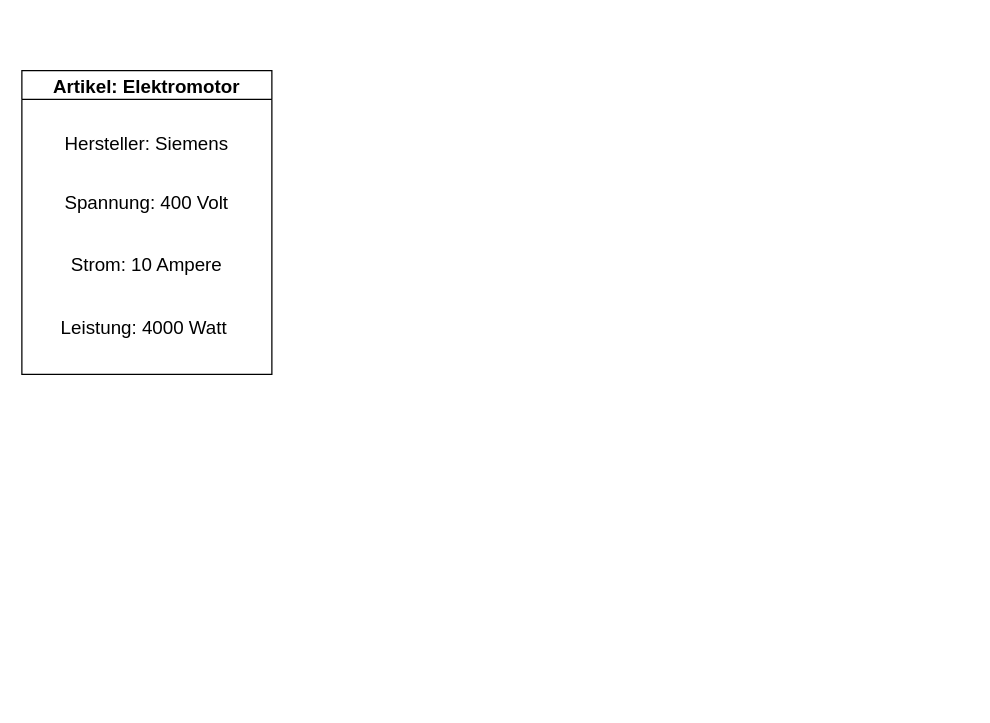
Above: 03_abbildungen/02_schemas/drawio/Beispielartikel_Motor.drawio in AndreasAlstetter/Bachelorarbeit (draw.io), before the change. Source tidied: cells renumbered, new cells numbered last; positions are measured from the earlier drawing's top-left corner, leaving out a move shared by most shapes. Both pictures are drawn from the tidied source at 125%, with x=0, y=0 at pixel (21, 70).
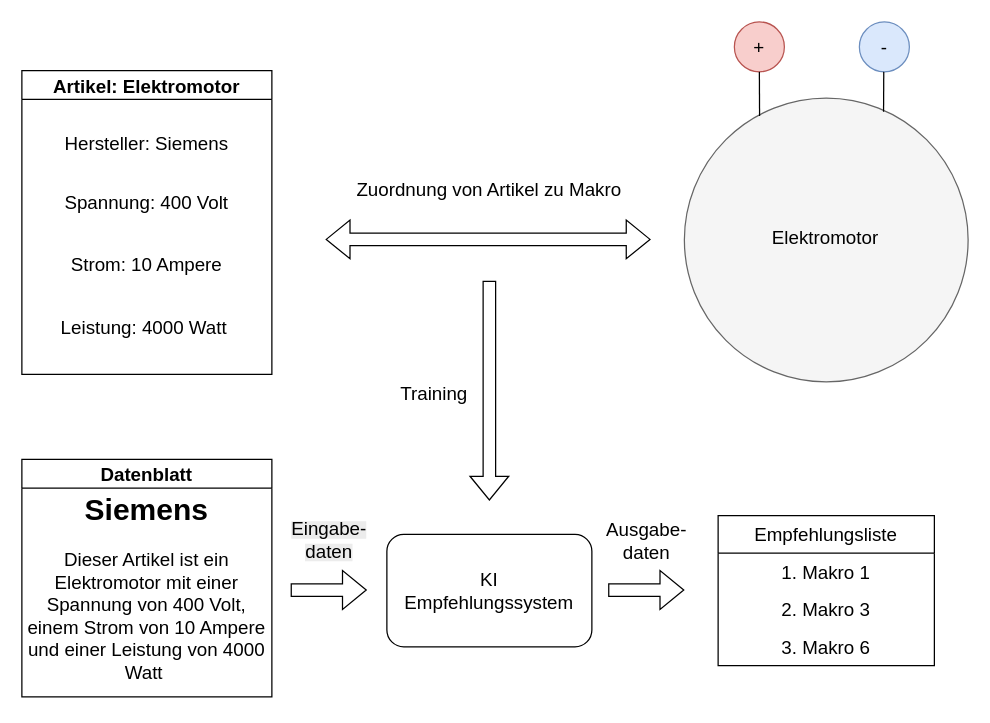
Above is the later version.

Change to the diagram source:
```diff
@@
+    <mxCell id="7" value="&lt;font style=&quot;font-size: 15px;&quot;&gt;+&lt;/font&gt;" style="ellipse;whiteSpace=wrap;html=1;shapeInside=1;fillColor=#f8cecc;strokeColor=#b85450;" parent="1" vertex="1">
+      <mxGeometry x="570" y="-39" width="40" height="40" as="geometry" />
+    </mxCell>
+    <mxCell id="8" style="ellipse;whiteSpace=wrap;html=1;shapeInside=1;fillColor=#f5f5f5;fontColor=#333333;strokeColor=#666666;" parent="1" vertex="1">
+      <mxGeometry x="530" y="22" width="227" height="227" as="geometry" />
+    </mxCell>
+    <mxCell id="9" value="&lt;font style=&quot;font-size: 15px;&quot;&gt;Elektromotor&lt;/font&gt;" style="text;html=1;whiteSpace=wrap;strokeColor=none;fillColor=none;align=center;verticalAlign=middle;rounded=0;" parent="1" vertex="1">
+      <mxGeometry x="613" y="118" width="60" height="30" as="geometry" />
+    </mxCell>
+    <mxCell id="10" style="ellipse;whiteSpace=wrap;html=1;shapeInside=1;fillColor=#dae8fc;strokeColor=#6c8ebf;" parent="1" vertex="1">
+      <mxGeometry x="670" y="-39" width="40" height="40" as="geometry" />
+    </mxCell>
+    <mxCell id="11" value="&lt;font style=&quot;font-size: 15px;&quot;&gt;-&lt;/font&gt;" style="text;html=1;whiteSpace=wrap;strokeColor=none;fillColor=none;align=center;verticalAlign=middle;rounded=0;" parent="1" vertex="1">
+      <mxGeometry x="673" y="-34" width="34" height="30" as="geometry" />
+    </mxCell>
+    <mxCell id="12" style="endArrow=none;html=1;rounded=0;defaultLabelBackgroundColor=page;exitX=0.265;exitY=0.063;exitDx=0;exitDy=0;exitPerimeter=0;" parent="1" edge="1" source="8">
+      <mxGeometry relative="1" as="geometry">
+        <mxPoint x="590" y="1" as="targetPoint" />
+      </mxGeometry>
+    </mxCell>
+    <mxCell id="13" style="endArrow=none;html=1;rounded=0;defaultLabelBackgroundColor=page;exitX=0.702;exitY=0.048;exitDx=0;exitDy=0;exitPerimeter=0;" parent="1" edge="1" source="8">
+      <mxGeometry relative="1" as="geometry">
+        <mxPoint x="689.5" y="1" as="targetPoint" />
+      </mxGeometry>
+    </mxCell>
+    <mxCell id="14" style="shape=flexArrow;endArrow=classic;startArrow=classic;html=1;rounded=0;defaultLabelBackgroundColor=page;" parent="1" edge="1">
+      <mxGeometry relative="1" as="geometry">
+        <mxPoint x="243" y="135" as="sourcePoint" />
+        <mxPoint x="503" y="135" as="targetPoint" />
+      </mxGeometry>
+    </mxCell>
+    <mxCell id="15" value="&lt;font style=&quot;font-size: 15px;&quot;&gt;Zuordnung von Artikel zu Makro&lt;/font&gt;" style="text;html=1;whiteSpace=wrap;strokeColor=none;fillColor=none;align=center;verticalAlign=middle;rounded=0;" parent="1" vertex="1">
+      <mxGeometry x="264" y="80" width="220" height="30" as="geometry" />
+    </mxCell>
+    <mxCell id="16" style="shape=flexArrow;endArrow=classic;html=1;rounded=0;defaultLabelBackgroundColor=page;" parent="1" edge="1">
+      <mxGeometry relative="1" as="geometry">
+        <mxPoint x="374" y="168" as="sourcePoint" />
+        <mxPoint x="374" y="344" as="targetPoint" />
+      </mxGeometry>
+    </mxCell>
+    <mxCell id="17" value="&lt;font style=&quot;font-size: 15px;&quot;&gt;Training&lt;/font&gt;" style="text;html=1;whiteSpace=wrap;strokeColor=none;fillColor=none;align=center;verticalAlign=middle;rounded=0;" parent="1" vertex="1">
+      <mxGeometry x="300" y="243" width="60" height="30" as="geometry" />
+    </mxCell>
+    <mxCell id="18" value="&lt;font style=&quot;font-size: 15px;&quot;&gt;KI&lt;/font&gt;&lt;div&gt;&lt;font style=&quot;font-size: 15px;&quot;&gt;Empfehlungssystem&lt;/font&gt;&lt;/div&gt;" style="rounded=1;whiteSpace=wrap;html=1;roundedPerimeter=1;" parent="1" vertex="1">
+      <mxGeometry x="292" y="371" width="164" height="90" as="geometry" />
+    </mxCell>
+    <mxCell id="19" value="&lt;font style=&quot;font-size: 15px;&quot;&gt;Datenblatt&lt;/font&gt;" style="swimlane;whiteSpace=wrap;html=1;" parent="1" vertex="1">
+      <mxGeometry y="311" width="200" height="190" as="geometry" />
+    </mxCell>
+    <mxCell id="20" value="&lt;h1 style=&quot;margin-top: 0px;&quot;&gt;Siemens&lt;/h1&gt;&lt;p&gt;&lt;font style=&quot;font-size: 15px;&quot;&gt;Dieser Artikel ist ein Elektromotor mit einer Spannung von 400 Volt, einem Strom von 10 Ampere und einer Leistung von 4000 Watt&amp;nbsp;&lt;/font&gt;&lt;/p&gt;" style="text;html=1;whiteSpace=wrap;overflow=hidden;rounded=0;align=center;" parent="19" vertex="1">
+      <mxGeometry y="20" width="200" height="170" as="geometry" />
+    </mxCell>
+    <mxCell id="21" style="shape=flexArrow;endArrow=classic;html=1;rounded=0;defaultLabelBackgroundColor=page;" parent="1" edge="1">
+      <mxGeometry x="-0.64" relative="1" as="geometry">
+        <mxPoint x="215" y="415.5" as="sourcePoint" />
+        <mxPoint x="276" y="415.5" as="targetPoint" />
+      </mxGeometry>
+    </mxCell>
+    <mxCell id="22" value="&lt;font style=&quot;font-size: 15px;&quot;&gt;Ausgabe-&lt;/font&gt;&lt;div&gt;&lt;font style=&quot;font-size: 15px;&quot;&gt;daten&lt;/font&gt;&lt;/div&gt;" style="text;html=1;whiteSpace=wrap;strokeColor=none;fillColor=none;align=center;verticalAlign=middle;rounded=0;" parent="1" vertex="1">
+      <mxGeometry x="470" y="361" width="60" height="30" as="geometry" />
+    </mxCell>
+    <mxCell id="23" style="shape=flexArrow;endArrow=classic;html=1;rounded=0;defaultLabelBackgroundColor=page;" parent="1" edge="1">
+      <mxGeometry x="-0.64" relative="1" as="geometry">
+        <mxPoint x="469" y="415.5" as="sourcePoint" />
+        <mxPoint x="530" y="415.5" as="targetPoint" />
+      </mxGeometry>
+    </mxCell>
+    <mxCell id="24" value="&lt;span style=&quot;color: rgb(0, 0, 0); font-family: Helvetica; font-style: normal; font-variant-ligatures: normal; font-variant-caps: normal; font-weight: 400; letter-spacing: normal; orphans: 2; text-indent: 0px; text-transform: none; widows: 2; word-spacing: 0px; -webkit-text-stroke-width: 0px; white-space: normal; background-color: rgb(236, 236, 236); text-decoration-thickness: initial; text-decoration-style: initial; text-decoration-color: initial; float: none; display: inline !important;&quot;&gt;&lt;font style=&quot;font-size: 15px;&quot;&gt;Eingabe-&lt;/font&gt;&lt;/span&gt;&lt;div&gt;&lt;span style=&quot;color: rgb(0, 0, 0); font-family: Helvetica; font-style: normal; font-variant-ligatures: normal; font-variant-caps: normal; font-weight: 400; letter-spacing: normal; orphans: 2; text-indent: 0px; text-transform: none; widows: 2; word-spacing: 0px; -webkit-text-stroke-width: 0px; white-space: normal; background-color: rgb(236, 236, 236); text-decoration-thickness: initial; text-decoration-style: initial; text-decoration-color: initial; float: none; display: inline !important;&quot;&gt;&lt;font style=&quot;font-size: 15px;&quot;&gt;daten&lt;/font&gt;&lt;/span&gt;&lt;/div&gt;" style="text;whiteSpace=wrap;html=1;align=center;" parent="1" vertex="1">
+      <mxGeometry x="206" y="351" width="80" height="40" as="geometry" />
+    </mxCell>
+    <mxCell id="25" value="&lt;font style=&quot;font-size: 15px;&quot;&gt;Empfehlungsliste&lt;/font&gt;" style="swimlane;fontStyle=0;horizontal=1;startSize=30;whiteSpace=wrap;html=1;" parent="1" vertex="1">
+      <mxGeometry x="557" y="356" width="173" height="120" as="geometry" />
+    </mxCell>
+    <mxCell id="26" value="&lt;font style=&quot;font-size: 15px;&quot;&gt;1. Makro 1&lt;/font&gt;" style="text;strokeColor=none;fillColor=none;align=center;verticalAlign=middle;spacingLeft=4;spacingRight=4;overflow=hidden;whiteSpace=wrap;html=1;" parent="25" vertex="1">
+      <mxGeometry y="30" width="173" height="30" as="geometry" />
+    </mxCell>
+    <mxCell id="27" value="&lt;font style=&quot;font-size: 15px;&quot;&gt;2. Makro 3&lt;/font&gt;" style="text;strokeColor=none;fillColor=none;align=center;verticalAlign=middle;spacingLeft=4;spacingRight=4;overflow=hidden;whiteSpace=wrap;html=1;" parent="25" vertex="1">
+      <mxGeometry y="60" width="173" height="30" as="geometry" />
+    </mxCell>
+    <mxCell id="28" value="&lt;font style=&quot;font-size: 15px;&quot;&gt;3. Makro 6&lt;/font&gt;" style="text;strokeColor=none;fillColor=none;align=center;verticalAlign=middle;spacingLeft=4;spacingRight=4;overflow=hidden;whiteSpace=wrap;html=1;" parent="25" vertex="1">
+      <mxGeometry y="90" width="173" height="30" as="geometry" />
+    </mxCell>
```
